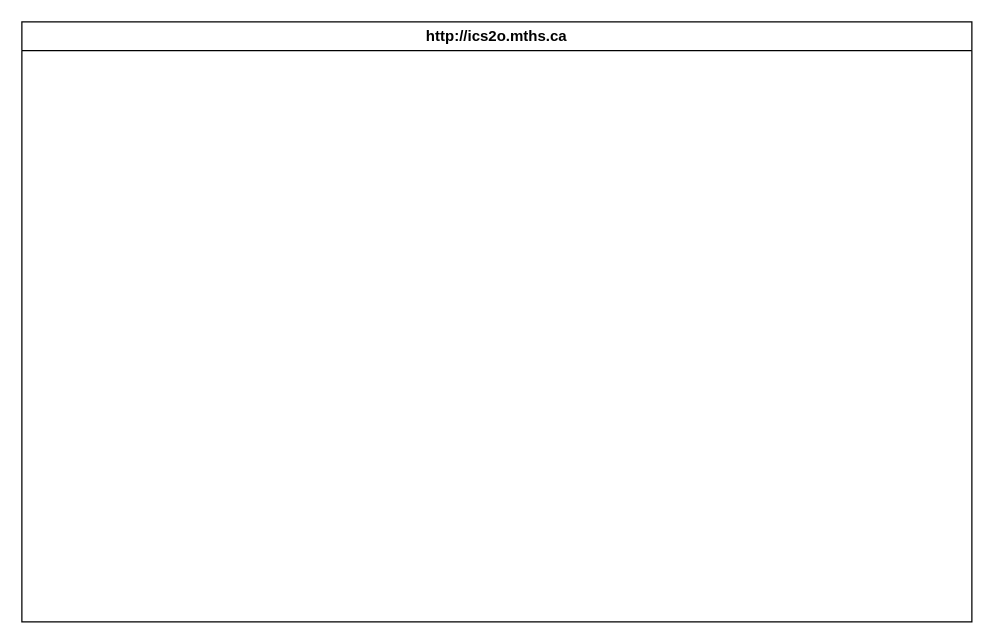
Before: design/storyboard.drawio in MTHS-ICS2O-2-2022/ICS2O-Unit-5-03-charlotte-jhu, a draw.io diagram. Source tidied: cells renumbered, new cells numbered last; positions are measured from the earlier drawing's top-left corner, leaving out a move shared by most shapes. Both pictures are drawn from the tidied source at 125%, with x=0, y=0 at pixel (21, 21). Pictures stored in the file or linked from it are replaced by grey dashed boxes.
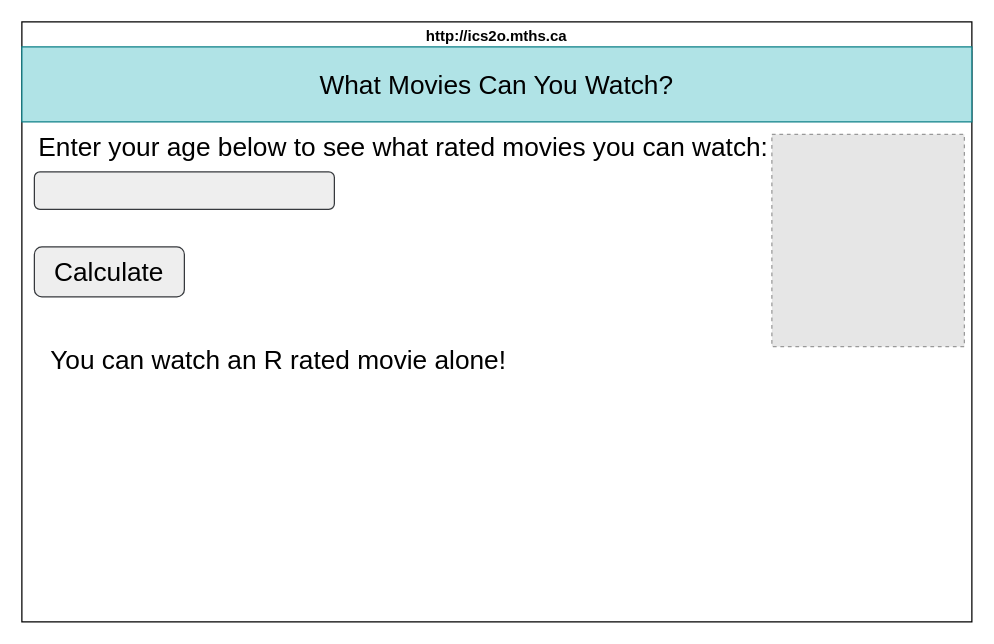
After the change.

Diff of the diagram source:
```diff
@@
-<mxGraphModel>
+<mxGraphModel background="#ffffff">
   <root>
     <mxCell id="0" />
     <mxCell id="1" parent="0" />
     <mxCell id="2" value="http://ics2o.mths.ca" style="swimlane;whiteSpace=wrap;html=1;" parent="1" vertex="1">
       <mxGeometry width="760" height="480" as="geometry" />
     </mxCell>
+    <mxCell id="3" value="What Movies Can You Watch?" style="whiteSpace=wrap;html=1;fillColor=#b0e3e6;strokeColor=#0e8088;fontColor=#000000;fontSize=21;" parent="2" vertex="1">
+      <mxGeometry y="20" width="760" height="60" as="geometry" />
+    </mxCell>
+    <mxCell id="4" value="Enter your age below to see what rated movies you can watch:" style="text;html=1;align=center;verticalAlign=middle;strokeColor=none;fillColor=none;fontSize=21;fontColor=#000000;" parent="2" vertex="1">
+      <mxGeometry y="80" width="610" height="40" as="geometry" />
+    </mxCell>
+    <mxCell id="5" style="rounded=1;whiteSpace=wrap;html=1;fontSize=21;fillColor=#eeeeee;strokeColor=#36393d;" parent="2" vertex="1">
+      <mxGeometry x="10" y="120" width="240" height="30" as="geometry" />
+    </mxCell>
+    <mxCell id="6" value="Calculate" style="rounded=1;whiteSpace=wrap;html=1;fontSize=21;fillColor=#eeeeee;strokeColor=#36393d;fontColor=#000000;" parent="2" vertex="1">
+      <mxGeometry x="10" y="180" width="120" height="40" as="geometry" />
+    </mxCell>
+    <mxCell id="7" value="You can watch an R rated movie alone!" style="text;html=1;align=center;verticalAlign=middle;strokeColor=none;fillColor=none;fontSize=21;fontColor=#000000;" parent="2" vertex="1">
+      <mxGeometry x="10" y="250" width="390" height="40" as="geometry" />
+    </mxCell>
+    <mxCell id="8" style="fillColor=#E6E6E6;strokeColor=#999999;dashed=1;verticalLabelPosition=bottom;labelBackgroundColor=default;verticalAlign=top;" parent="2" vertex="1">
+      <mxGeometry x="600" y="90" width="154" height="169.8" as="geometry" />
+    </mxCell>
   </root>
 </mxGraphModel>
```
